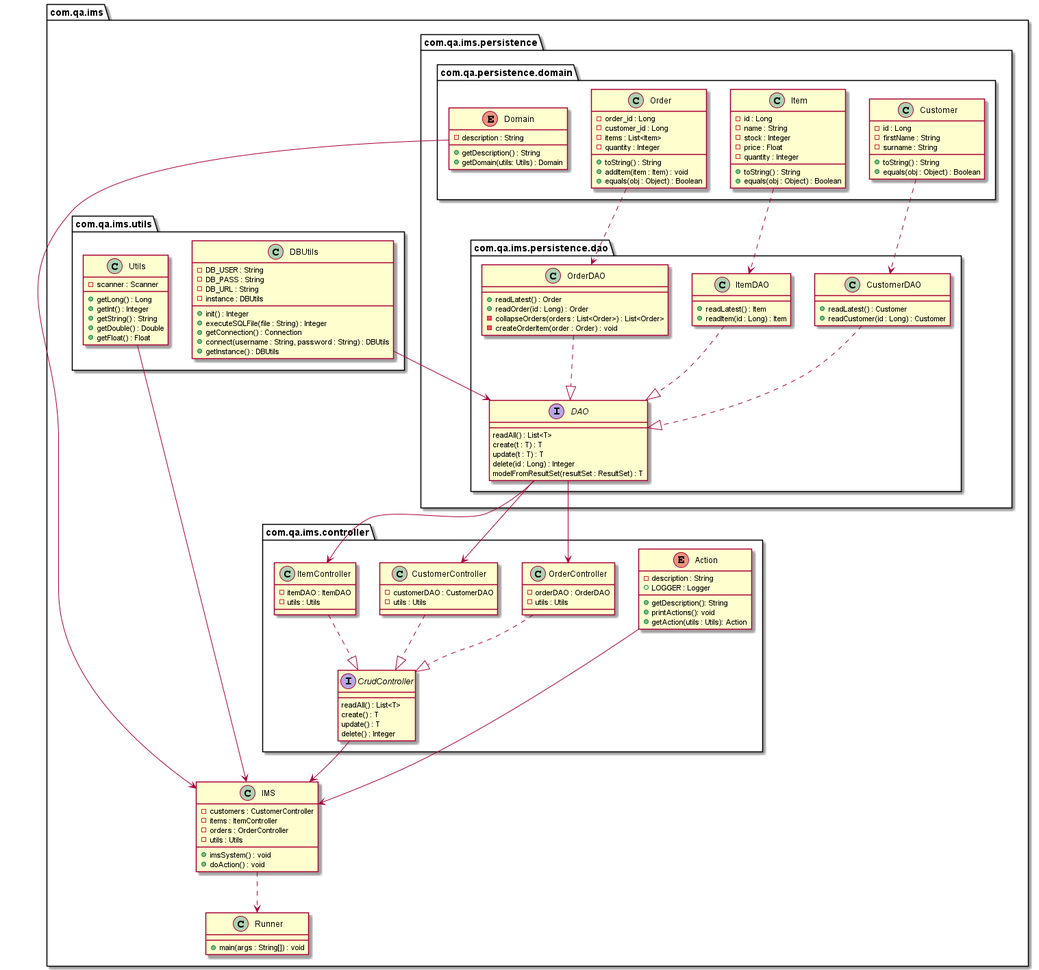
Before: documentation/uml_diagram.png, a diagram exported from PlantUML (khanahoe-qa/IMS-Project). Its diagram source:
```plantuml
@startuml

package "com.qa.ims"{

	IMS ..> Runner

	class Runner{
		+main(args : String[]) : void
	}

	class IMS{
		-customers : CustomerController
		-items : ItemController
		-orders : OrderController
		-utils : Utils
		+imsSystem() : void
		+doAction() : void
	}

	package com.qa.ims.controller{

		CustomerController ..|> CrudController
		ItemController ..|> CrudController
		OrderController ..|> CrudController
		CrudController --> IMS
		Action --> IMS

		interface CrudController{
			readAll() : List<T>
			create() : T
			update() : T
			delete() : Integer
		}

		class CustomerController{
			-customerDAO : CustomerDAO
			-utils : Utils
		}

		class ItemController{
			-itemDAO : ItemDAO
			-utils : Utils
		}

		class OrderController{
			-orderDAO : OrderDAO
			-utils : Utils
		}

		enum Action{
			-description : String
			+LOGGER : Logger
			+getDescription(): String
			+printActions(): void
			+getAction(utils : Utils): Action
		}
	}

	package "com.qa.ims.persistence"{

		package "com.qa.ims.persistence.dao"{

			CustomerDAO ..|> DAO
			ItemDAO ..|> DAO
			OrderDAO ..|> DAO
			DAO --> CustomerController
			DAO --> ItemController
			DAO --> OrderController

			interface DAO{
				readAll() : List<T>
				create(t : T) : T
				update(t : T) : T
				delete(id : Long) : Integer
				modelFromResultSet(resultSet : ResultSet) : T
			}

			class CustomerDAO{

				+readLatest() : Customer
				+readCustomer(id : Long) : Customer
			}

			class ItemDAO{

				+readLatest() : Item
				+readItem(id : Long) : Item
			}

			class OrderDAO{

				+readLatest() : Order
				+readOrder(id : Long) : Order
				-collapseOrders(orders : List<Order>) : List<Order>
				-createOrderItem(order : Order) : void
			}
		}

		package com.qa.persistence.domain{

			Customer ..> CustomerDAO
			Item ..> ItemDAO
			Order ..> OrderDAO
			Domain --> IMS

			class Customer{

				-id : Long
				-firstName : String
				-surname : String
				+toString() : String
				+equals(obj : Object) : Boolean
			}

			class Item{

				-id : Long
				-name : String
				-stock : Integer
				-price : Float
				-quantity : Integer
				+toString() : String
				+equals(obj : Object) : Boolean
			}

			class Order{

				-order_id : Long
				-customer_id : Long
				-items : List<Item>
				-quantity : Integer
				+toString() : String
				+addItem(item : Item) : void
				+equals(obj : Object) : Boolean
			}

			enum Domain{

				-description : String
				+getDescription() : String
				+getDomain(utils: Utils) : Domain
			}
		}
	}

	package "com.qa.ims.utils"{

		Utils --> IMS
		DBUtils --> DAO

		class DBUtils{

			-DB_USER : String
			-DB_PASS : String
			-DB_URL : String
			-instance : DBUtils
			+init() : Integer
			+executeSQLFile(file : String) : Integer
			+getConnection() : Connection
			+connect(username : String, password : String) : DBUtils
			+getInstance() : DBUtils
		}

		class Utils{

			-scanner : Scanner
			+getLong() : Long
			+getInt() : Integer
			+getString() : String
			+getDouble() : Double
			+getFloat() : Float
		}
	}
}
@enduml
```
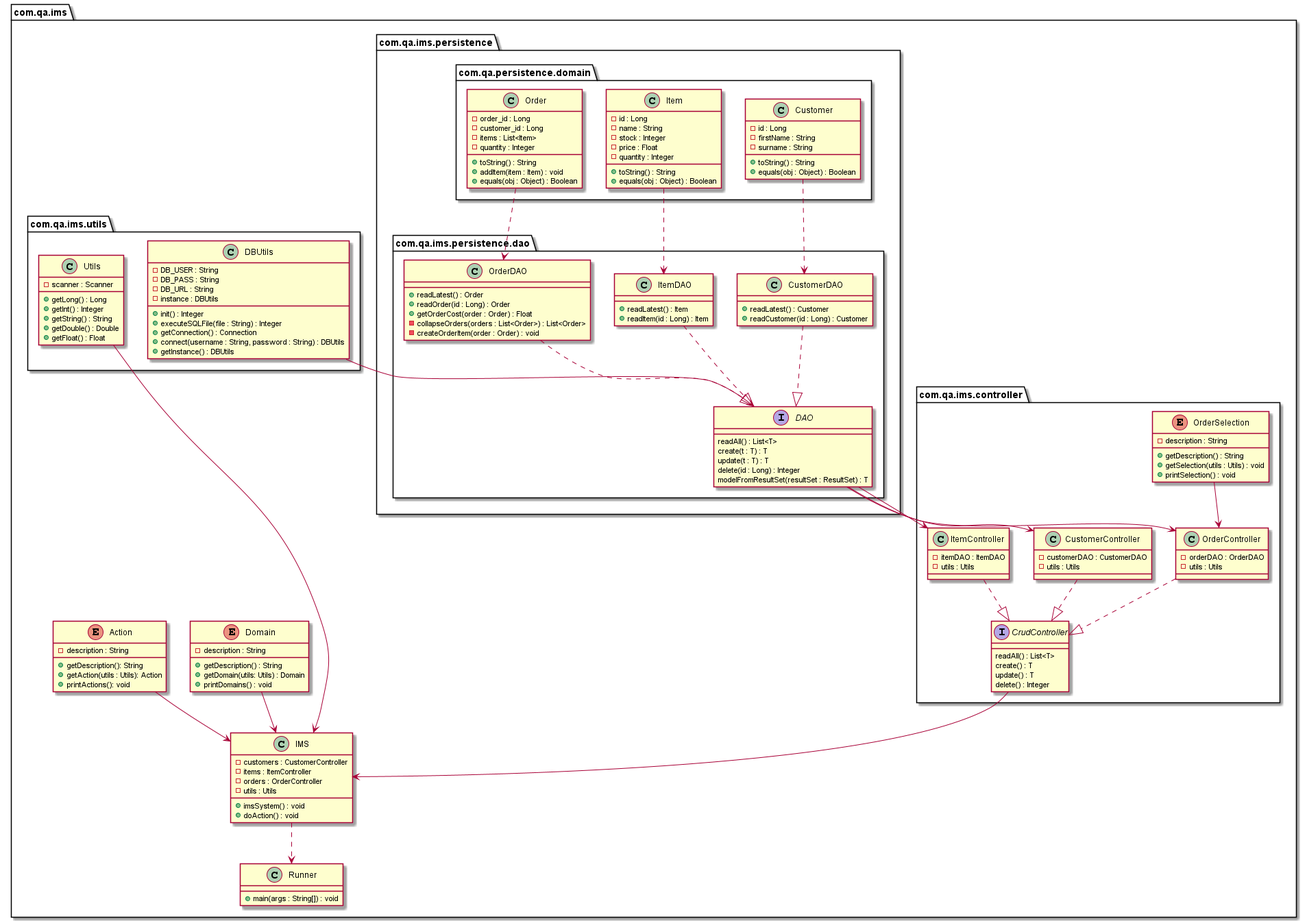
The same file after the commit.

Commit message:
kh: completed readme, added coverage report, and updated uml diagram

Change to the diagram source:
```diff
@@ -3,6 +3,8 @@
 package "com.qa.ims"{
 
 	IMS ..> Runner
+	Domain --> IMS
+	Action --> IMS
 
 	class Runner{
 		+main(args : String[]) : void
@@ -17,13 +19,28 @@
 		+doAction() : void
 	}
 
+	enum Domain{
+	     	-description : String
+		+getDescription() : String
+		+getDomain(utils: Utils) : Domain
+		+printDomains() : void
+	}
+
+	enum Action{
+		-description : String
+		+getDescription(): String
+		+getAction(utils : Utils): Action
+		+printActions(): void
+	}
+
+
 	package com.qa.ims.controller{
 
 		CustomerController ..|> CrudController
 		ItemController ..|> CrudController
 		OrderController ..|> CrudController
 		CrudController --> IMS
-		Action --> IMS
+		OrderSelection --> OrderController
 
 		interface CrudController{
 			readAll() : List<T>
@@ -47,12 +64,11 @@
 			-utils : Utils
 		}
 
-		enum Action{
+		enum OrderSelection{
 			-description : String
-			+LOGGER : Logger
-			+getDescription(): String
-			+printActions(): void
-			+getAction(utils : Utils): Action
+			+getDescription() : String
+			+getSelection(utils : Utils) : void
+			+printSelection() : void
 		}
 	}
 
@@ -91,6 +107,7 @@
 
 				+readLatest() : Order
 				+readOrder(id : Long) : Order
+				+getOrderCost(order : Order) : Float
 				-collapseOrders(orders : List<Order>) : List<Order>
 				-createOrderItem(order : Order) : void
 			}
@@ -101,7 +118,6 @@
 			Customer ..> CustomerDAO
 			Item ..> ItemDAO
 			Order ..> OrderDAO
-			Domain --> IMS
 
 			class Customer{
 
@@ -132,13 +148,6 @@
 				+toString() : String
 				+addItem(item : Item) : void
 				+equals(obj : Object) : Boolean
-			}
-
-			enum Domain{
-
-				-description : String
-				+getDescription() : String
-				+getDomain(utils: Utils) : Domain
 			}
 		}
 	}
```
